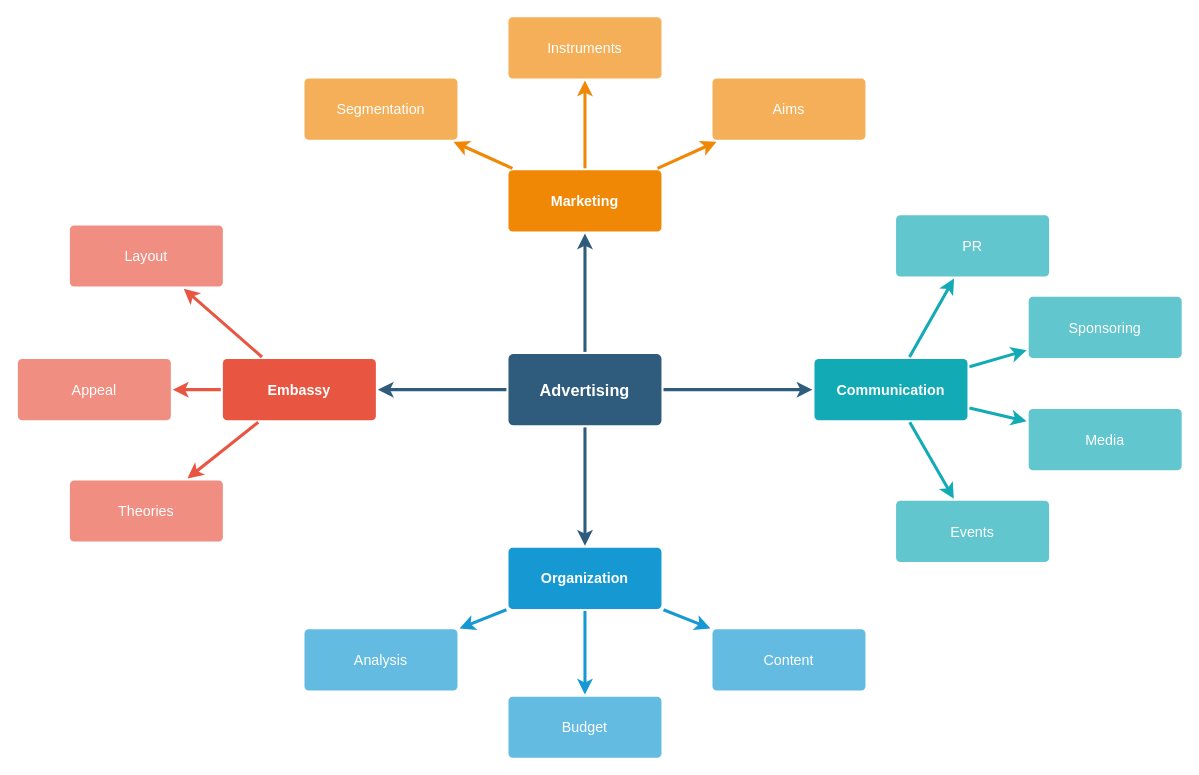
Above: LearningVulkan/LearningVulkan/vulkan.drawio in unphics/vulkan_tutorial_note (draw.io), before the change. Source tidied: cells renumbered, new cells numbered last; positions are measured from the earlier drawing's top-left corner, leaving out a move shared by most shapes. Both pictures are drawn from the tidied source at 102%, with x=0, y=0 at pixel (17, 16).
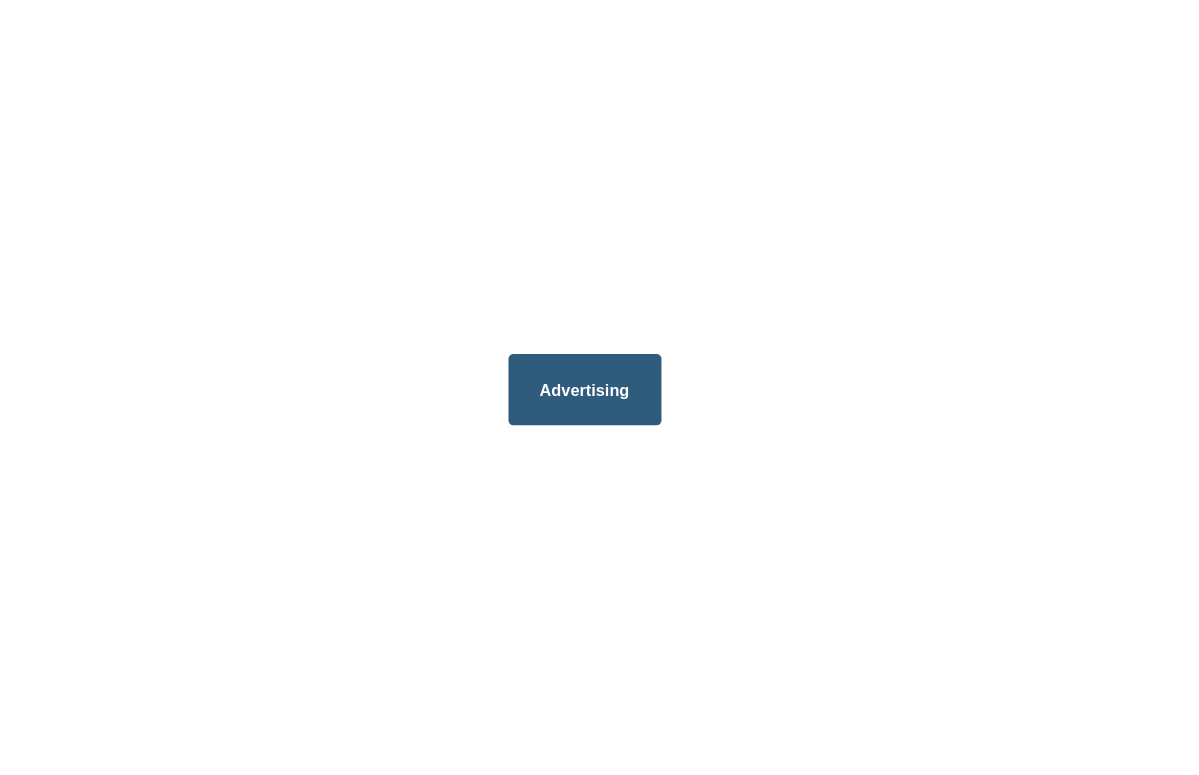
Above is the later version.

Unchanged cells that the change refers to:
```xml
<mxCell id="6" value="Advertising" style="rounded=1;whiteSpace=wrap;html=1;shadow=0;labelBackgroundColor=none;strokeColor=none;strokeWidth=3;fillColor=#2F5B7C;fontFamily=Helvetica;fontSize=16;fontColor=#FFFFFF;align=center;fontStyle=1;spacing=5;arcSize=7;perimeterSpacing=2;" parent="1" vertex="1">
  <mxGeometry x="481" y="330.5" width="150" height="70" as="geometry" />
</mxCell>
```

Diff of the diagram source:
```diff
@@
-    <mxCell id="2" style="edgeStyle=none;rounded=0;jumpStyle=none;html=1;shadow=0;labelBackgroundColor=none;startArrow=none;startFill=0;endArrow=classic;endFill=1;jettySize=auto;strokeColor=#2F5B7C;strokeWidth=3;fontFamily=Helvetica;fontSize=16;fontColor=#23445D;spacing=5;" parent="1" edge="1" source="6" target="21">
-      <mxGeometry relative="1" as="geometry" />
-    </mxCell>
-    <mxCell id="3" style="edgeStyle=none;rounded=0;jumpStyle=none;html=1;shadow=0;labelBackgroundColor=none;startArrow=none;startFill=0;endArrow=classic;endFill=1;jettySize=auto;strokeColor=#2F5B7C;strokeWidth=3;fontFamily=Helvetica;fontSize=16;fontColor=#23445D;spacing=5;" parent="1" edge="1" source="6" target="28">
-      <mxGeometry relative="1" as="geometry" />
-    </mxCell>
-    <mxCell id="4" style="edgeStyle=none;rounded=0;jumpStyle=none;html=1;shadow=0;labelBackgroundColor=none;startArrow=none;startFill=0;endArrow=classic;endFill=1;jettySize=auto;strokeColor=#2F5B7C;strokeWidth=3;fontFamily=Helvetica;fontSize=16;fontColor=#23445D;spacing=5;" parent="1" edge="1" source="6" target="17">
-      <mxGeometry relative="1" as="geometry" />
-    </mxCell>
-    <mxCell id="5" style="edgeStyle=none;rounded=0;jumpStyle=none;html=1;shadow=0;labelBackgroundColor=none;startArrow=none;startFill=0;endArrow=classic;endFill=1;jettySize=auto;strokeColor=#2F5B7C;strokeWidth=3;fontFamily=Helvetica;fontSize=16;fontColor=#23445D;spacing=5;" parent="1" edge="1" source="6" target="10">
-      <mxGeometry relative="1" as="geometry" />
-    </mxCell>
@@
-    <mxCell id="7" style="edgeStyle=none;rounded=1;jumpStyle=none;html=1;shadow=0;labelBackgroundColor=none;startArrow=none;startFill=0;jettySize=auto;strokeColor=#E85642;strokeWidth=3;fontFamily=Helvetica;fontSize=14;fontColor=#FFFFFF;spacing=5;fontStyle=1;fillColor=#b0e3e6;" parent="1" edge="1" source="10" target="13">
-      <mxGeometry relative="1" as="geometry" />
-    </mxCell>
-    <mxCell id="8" style="edgeStyle=none;rounded=1;jumpStyle=none;html=1;shadow=0;labelBackgroundColor=none;startArrow=none;startFill=0;jettySize=auto;strokeColor=#E85642;strokeWidth=3;fontFamily=Helvetica;fontSize=14;fontColor=#FFFFFF;spacing=5;fontStyle=1;fillColor=#b0e3e6;" parent="1" edge="1" source="10" target="12">
-      <mxGeometry relative="1" as="geometry" />
-    </mxCell>
-    <mxCell id="9" style="edgeStyle=none;rounded=1;jumpStyle=none;html=1;shadow=0;labelBackgroundColor=none;startArrow=none;startFill=0;jettySize=auto;strokeColor=#E85642;strokeWidth=3;fontFamily=Helvetica;fontSize=14;fontColor=#FFFFFF;spacing=5;fontStyle=1;fillColor=#b0e3e6;" parent="1" edge="1" source="10" target="11">
-      <mxGeometry relative="1" as="geometry" />
-    </mxCell>
-    <mxCell id="10" value="Embassy" style="rounded=1;whiteSpace=wrap;html=1;shadow=0;labelBackgroundColor=none;strokeColor=none;strokeWidth=3;fillColor=#e85642;fontFamily=Helvetica;fontSize=14;fontColor=#FFFFFF;align=center;spacing=5;fontStyle=1;arcSize=7;perimeterSpacing=2;" parent="1" vertex="1">
-      <mxGeometry x="201" y="335.5" width="150" height="60" as="geometry" />
-    </mxCell>
-    <mxCell id="11" value="Theories" style="rounded=1;whiteSpace=wrap;html=1;shadow=0;labelBackgroundColor=none;strokeColor=none;strokeWidth=3;fillColor=#f08e81;fontFamily=Helvetica;fontSize=14;fontColor=#FFFFFF;align=center;spacing=5;fontStyle=0;arcSize=7;perimeterSpacing=2;" parent="1" vertex="1">
-      <mxGeometry x="51" y="454.5" width="150" height="60" as="geometry" />
-    </mxCell>
-    <mxCell id="12" value="Appeal" style="rounded=1;whiteSpace=wrap;html=1;shadow=0;labelBackgroundColor=none;strokeColor=none;strokeWidth=3;fillColor=#f08e81;fontFamily=Helvetica;fontSize=14;fontColor=#FFFFFF;align=center;spacing=5;fontStyle=0;arcSize=7;perimeterSpacing=2;" parent="1" vertex="1">
-      <mxGeometry y="335.5" width="150" height="60" as="geometry" />
-    </mxCell>
-    <mxCell id="13" value="Layout" style="rounded=1;whiteSpace=wrap;html=1;shadow=0;labelBackgroundColor=none;strokeColor=none;strokeWidth=3;fillColor=#f08e81;fontFamily=Helvetica;fontSize=14;fontColor=#FFFFFF;align=center;spacing=5;fontStyle=0;arcSize=7;perimeterSpacing=2;" parent="1" vertex="1">
-      <mxGeometry x="51" y="204.5" width="150" height="60" as="geometry" />
-    </mxCell>
-    <mxCell id="14" style="edgeStyle=none;rounded=0;jumpStyle=none;html=1;shadow=0;labelBackgroundColor=none;startArrow=none;startFill=0;endArrow=classic;endFill=1;jettySize=auto;strokeColor=#1699D3;strokeWidth=3;fontFamily=Helvetica;fontSize=14;fontColor=#FFFFFF;spacing=5;" parent="1" edge="1" source="17" target="20">
-      <mxGeometry relative="1" as="geometry" />
-    </mxCell>
-    <mxCell id="15" style="edgeStyle=none;rounded=0;jumpStyle=none;html=1;shadow=0;labelBackgroundColor=none;startArrow=none;startFill=0;endArrow=classic;endFill=1;jettySize=auto;strokeColor=#1699D3;strokeWidth=3;fontFamily=Helvetica;fontSize=14;fontColor=#FFFFFF;spacing=5;" parent="1" edge="1" source="17" target="19">
-      <mxGeometry relative="1" as="geometry" />
-    </mxCell>
-    <mxCell id="16" style="edgeStyle=none;rounded=0;jumpStyle=none;html=1;shadow=0;labelBackgroundColor=none;startArrow=none;startFill=0;endArrow=classic;endFill=1;jettySize=auto;strokeColor=#1699D3;strokeWidth=3;fontFamily=Helvetica;fontSize=14;fontColor=#FFFFFF;spacing=5;" parent="1" edge="1" source="17" target="18">
-      <mxGeometry relative="1" as="geometry" />
-    </mxCell>
-    <mxCell id="17" value="Organization" style="rounded=1;whiteSpace=wrap;html=1;shadow=0;labelBackgroundColor=none;strokeColor=none;strokeWidth=3;fillColor=#1699d3;fontFamily=Helvetica;fontSize=14;fontColor=#FFFFFF;align=center;spacing=5;fontStyle=1;arcSize=7;perimeterSpacing=2;" parent="1" vertex="1">
-      <mxGeometry x="481" y="520.5" width="150" height="60" as="geometry" />
-    </mxCell>
-    <mxCell id="18" value="Content" style="rounded=1;whiteSpace=wrap;html=1;shadow=0;labelBackgroundColor=none;strokeColor=none;strokeWidth=3;fillColor=#64bbe2;fontFamily=Helvetica;fontSize=14;fontColor=#FFFFFF;align=center;spacing=5;arcSize=7;perimeterSpacing=2;" parent="1" vertex="1">
-      <mxGeometry x="681" y="600.5" width="150" height="60" as="geometry" />
-    </mxCell>
-    <mxCell id="19" value="Budget" style="rounded=1;whiteSpace=wrap;html=1;shadow=0;labelBackgroundColor=none;strokeColor=none;strokeWidth=3;fillColor=#64bbe2;fontFamily=Helvetica;fontSize=14;fontColor=#FFFFFF;align=center;spacing=5;arcSize=7;perimeterSpacing=2;" parent="1" vertex="1">
-      <mxGeometry x="481" y="666.5" width="150" height="60" as="geometry" />
-    </mxCell>
-    <mxCell id="20" value="Analysis" style="rounded=1;whiteSpace=wrap;html=1;shadow=0;labelBackgroundColor=none;strokeColor=none;strokeWidth=3;fillColor=#64bbe2;fontFamily=Helvetica;fontSize=14;fontColor=#FFFFFF;align=center;spacing=5;arcSize=7;perimeterSpacing=2;" parent="1" vertex="1">
-      <mxGeometry x="281" y="600.5" width="150" height="60" as="geometry" />
-    </mxCell>
-    <mxCell id="21" value="Marketing" style="rounded=1;whiteSpace=wrap;html=1;shadow=0;labelBackgroundColor=none;strokeColor=none;strokeWidth=3;fillColor=#F08705;fontFamily=Helvetica;fontSize=14;fontColor=#FFFFFF;align=center;spacing=5;fontStyle=1;arcSize=7;perimeterSpacing=2;" parent="1" vertex="1">
-      <mxGeometry x="481" y="150.5" width="150" height="60" as="geometry" />
-    </mxCell>
-    <mxCell id="22" value="Aims&lt;br&gt;" style="rounded=1;whiteSpace=wrap;html=1;shadow=0;labelBackgroundColor=none;strokeColor=none;strokeWidth=3;fillColor=#f5af58;fontFamily=Helvetica;fontSize=14;fontColor=#FFFFFF;align=center;spacing=5;arcSize=7;perimeterSpacing=2;" parent="1" vertex="1">
-      <mxGeometry x="681" y="60.5" width="150" height="60" as="geometry" />
-    </mxCell>
-    <mxCell id="23" style="edgeStyle=none;rounded=0;jumpStyle=none;html=1;shadow=0;labelBackgroundColor=none;startArrow=none;startFill=0;endArrow=classic;endFill=1;jettySize=auto;strokeColor=#F08705;strokeWidth=3;fontFamily=Helvetica;fontSize=14;fontColor=#FFFFFF;spacing=5;" parent="1" edge="1" source="21" target="22">
-      <mxGeometry relative="1" as="geometry" />
-    </mxCell>
-    <mxCell id="24" value="Instruments" style="rounded=1;whiteSpace=wrap;html=1;shadow=0;labelBackgroundColor=none;strokeColor=none;strokeWidth=3;fillColor=#f5af58;fontFamily=Helvetica;fontSize=14;fontColor=#FFFFFF;align=center;spacing=5;arcSize=7;perimeterSpacing=2;" parent="1" vertex="1">
-      <mxGeometry x="481" y="0.5" width="150" height="60" as="geometry" />
-    </mxCell>
-    <mxCell id="25" style="edgeStyle=none;rounded=0;jumpStyle=none;html=1;shadow=0;labelBackgroundColor=none;startArrow=none;startFill=0;endArrow=classic;endFill=1;jettySize=auto;strokeColor=#F08705;strokeWidth=3;fontFamily=Helvetica;fontSize=14;fontColor=#FFFFFF;spacing=5;" parent="1" edge="1" source="21" target="24">
-      <mxGeometry relative="1" as="geometry" />
-    </mxCell>
-    <mxCell id="26" value="Segmentation" style="rounded=1;whiteSpace=wrap;html=1;shadow=0;labelBackgroundColor=none;strokeColor=none;strokeWidth=3;fillColor=#f5af58;fontFamily=Helvetica;fontSize=14;fontColor=#FFFFFF;align=center;spacing=5;arcSize=7;perimeterSpacing=2;" parent="1" vertex="1">
-      <mxGeometry x="281" y="60.5" width="150" height="60" as="geometry" />
-    </mxCell>
-    <mxCell id="27" style="edgeStyle=none;rounded=0;jumpStyle=none;html=1;shadow=0;labelBackgroundColor=none;startArrow=none;startFill=0;endArrow=classic;endFill=1;jettySize=auto;strokeColor=#F08705;strokeWidth=3;fontFamily=Helvetica;fontSize=14;fontColor=#FFFFFF;spacing=5;" parent="1" edge="1" source="21" target="26">
-      <mxGeometry relative="1" as="geometry" />
-    </mxCell>
-    <mxCell id="28" value="Communication" style="rounded=1;whiteSpace=wrap;html=1;shadow=0;labelBackgroundColor=none;strokeColor=none;strokeWidth=3;fillColor=#12aab5;fontFamily=Helvetica;fontSize=14;fontColor=#FFFFFF;align=center;spacing=5;fontStyle=1;arcSize=7;perimeterSpacing=2;" parent="1" vertex="1">
-      <mxGeometry x="781" y="335.5" width="150" height="60" as="geometry" />
-    </mxCell>
-    <mxCell id="29" value="Events" style="rounded=1;whiteSpace=wrap;html=1;shadow=0;labelBackgroundColor=none;strokeColor=none;strokeWidth=3;fillColor=#61c6ce;fontFamily=Helvetica;fontSize=14;fontColor=#FFFFFF;align=center;spacing=5;fontStyle=0;arcSize=7;perimeterSpacing=2;" parent="1" vertex="1">
-      <mxGeometry x="861" y="474.5" width="150" height="60" as="geometry" />
-    </mxCell>
-    <mxCell id="30" style="edgeStyle=none;rounded=1;jumpStyle=none;html=1;shadow=0;labelBackgroundColor=none;startArrow=none;startFill=0;jettySize=auto;strokeColor=#12AAB5;strokeWidth=3;fontFamily=Helvetica;fontSize=14;fontColor=#FFFFFF;spacing=5;fontStyle=1;fillColor=#b0e3e6;" parent="1" edge="1" source="28" target="29">
-      <mxGeometry relative="1" as="geometry" />
-    </mxCell>
-    <mxCell id="31" value="Media" style="rounded=1;whiteSpace=wrap;html=1;shadow=0;labelBackgroundColor=none;strokeColor=none;strokeWidth=3;fillColor=#61c6ce;fontFamily=Helvetica;fontSize=14;fontColor=#FFFFFF;align=center;spacing=5;fontStyle=0;arcSize=7;perimeterSpacing=2;" parent="1" vertex="1">
-      <mxGeometry x="991" y="384.5" width="150" height="60" as="geometry" />
-    </mxCell>
-    <mxCell id="32" style="edgeStyle=none;rounded=1;jumpStyle=none;html=1;shadow=0;labelBackgroundColor=none;startArrow=none;startFill=0;jettySize=auto;strokeColor=#12AAB5;strokeWidth=3;fontFamily=Helvetica;fontSize=14;fontColor=#FFFFFF;spacing=5;fontStyle=1;fillColor=#b0e3e6;" parent="1" edge="1" source="28" target="31">
-      <mxGeometry relative="1" as="geometry" />
-    </mxCell>
-    <mxCell id="33" value="Sponsoring" style="rounded=1;whiteSpace=wrap;html=1;shadow=0;labelBackgroundColor=none;strokeColor=none;strokeWidth=3;fillColor=#61c6ce;fontFamily=Helvetica;fontSize=14;fontColor=#FFFFFF;align=center;spacing=5;fontStyle=0;arcSize=7;perimeterSpacing=2;" parent="1" vertex="1">
-      <mxGeometry x="991" y="274.5" width="150" height="60" as="geometry" />
-    </mxCell>
-    <mxCell id="34" style="edgeStyle=none;rounded=1;jumpStyle=none;html=1;shadow=0;labelBackgroundColor=none;startArrow=none;startFill=0;jettySize=auto;strokeColor=#12AAB5;strokeWidth=3;fontFamily=Helvetica;fontSize=14;fontColor=#FFFFFF;spacing=5;fontStyle=1;fillColor=#b0e3e6;" parent="1" edge="1" source="28" target="33">
-      <mxGeometry relative="1" as="geometry" />
-    </mxCell>
-    <mxCell id="35" value="PR" style="rounded=1;whiteSpace=wrap;html=1;shadow=0;labelBackgroundColor=none;strokeColor=none;strokeWidth=3;fillColor=#61c6ce;fontFamily=Helvetica;fontSize=14;fontColor=#FFFFFF;align=center;spacing=5;fontStyle=0;arcSize=7;perimeterSpacing=2;" parent="1" vertex="1">
-      <mxGeometry x="861" y="194.5" width="150" height="60" as="geometry" />
-    </mxCell>
-    <mxCell id="36" style="edgeStyle=none;rounded=1;jumpStyle=none;html=1;shadow=0;labelBackgroundColor=none;startArrow=none;startFill=0;jettySize=auto;strokeColor=#12AAB5;strokeWidth=3;fontFamily=Helvetica;fontSize=14;fontColor=#FFFFFF;spacing=5;fontStyle=1;fillColor=#b0e3e6;" parent="1" edge="1" source="28" target="35">
-      <mxGeometry relative="1" as="geometry" />
-    </mxCell>
```
